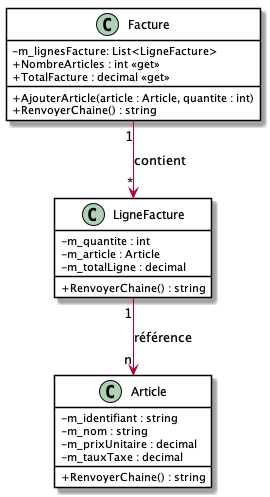
The PlantUML diagram images/Module03_Association/diag/src/FactureDiagClasses_Exercices/FactureDiagClasses.png in PiFou86/420-W20-SF, before a commit. Its diagram source:
```plantuml
@startuml FactureDiagClasses
skinparam classAttributeIconSize 0
skinparam class {
    BackgroundColor White
    BorderColor #000
}

Facture "1" --> "*" LigneFacture : contient
LigneFacture "1" --> "n" Article : référence

class Facture {
    - m_lignesFacture: List<LigneFacture>
    + NombreArticles : int <<get>>
    + TotalFacture : decimal <<get>>
    + AjouterArticle(article : Article, quantite : int)
    + RenvoyerChaine() : string
}
class LigneFacture {
    - m_quantite : int
    - m_article : Article
    - m_totalLigne : decimal
    + RenvoyerChaine() : string
}
class Article {
    - m_identifiant : string
    - m_nom : string
    - m_prixUnitaire : decimal
    - m_tauxTaxe : decimal
    + RenvoyerChaine() : string
}
@enduml
```
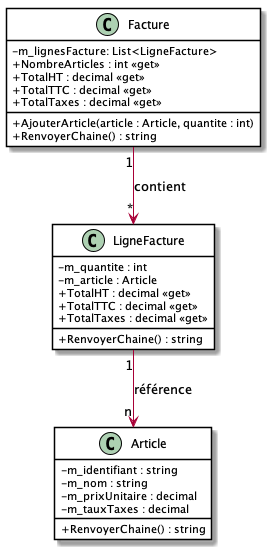
The same diagram one commit later.

Diff of the diagram source:
```diff
@@ -11,21 +11,25 @@
 class Facture {
     - m_lignesFacture: List<LigneFacture>
     + NombreArticles : int <<get>>
-    + TotalFacture : decimal <<get>>
+    + TotalHT : decimal <<get>>
+    + TotalTTC : decimal <<get>>
+    + TotalTaxes : decimal <<get>>
     + AjouterArticle(article : Article, quantite : int)
     + RenvoyerChaine() : string
 }
 class LigneFacture {
     - m_quantite : int
     - m_article : Article
-    - m_totalLigne : decimal
+    + TotalHT : decimal <<get>>
+    + TotalTTC : decimal <<get>>
+    + TotalTaxes : decimal <<get>>
     + RenvoyerChaine() : string
 }
 class Article {
     - m_identifiant : string
     - m_nom : string
     - m_prixUnitaire : decimal
-    - m_tauxTaxe : decimal
+    - m_tauxTaxes : decimal
     + RenvoyerChaine() : string
 }
 @enduml
```
